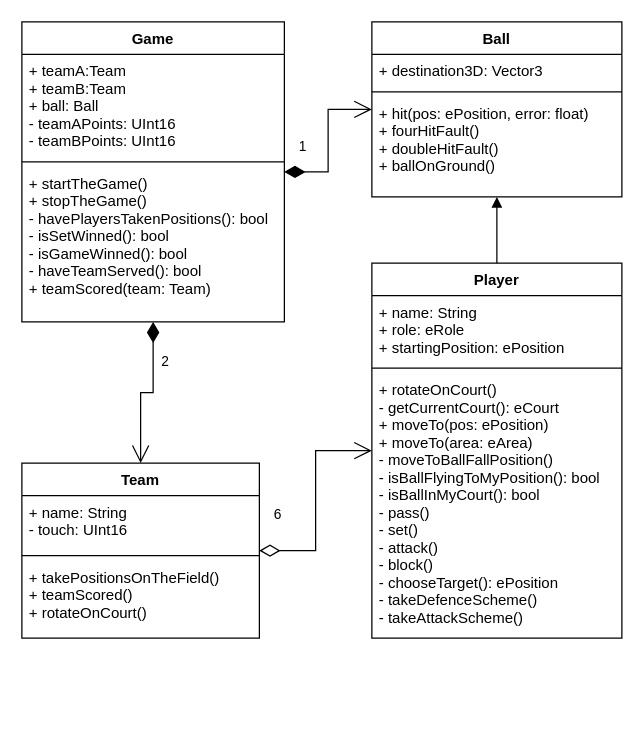
Earlier version of the draw.io diagram Project/Documentation/Diagrams/classes.drawio (mikymaione/Folie). Source tidied: cells renumbered, new cells numbered last; positions are measured from the earlier drawing's top-left corner, leaving out a move shared by most shapes. Both pictures are drawn from the tidied source at 125%, with x=0, y=0 at pixel (21, 21).
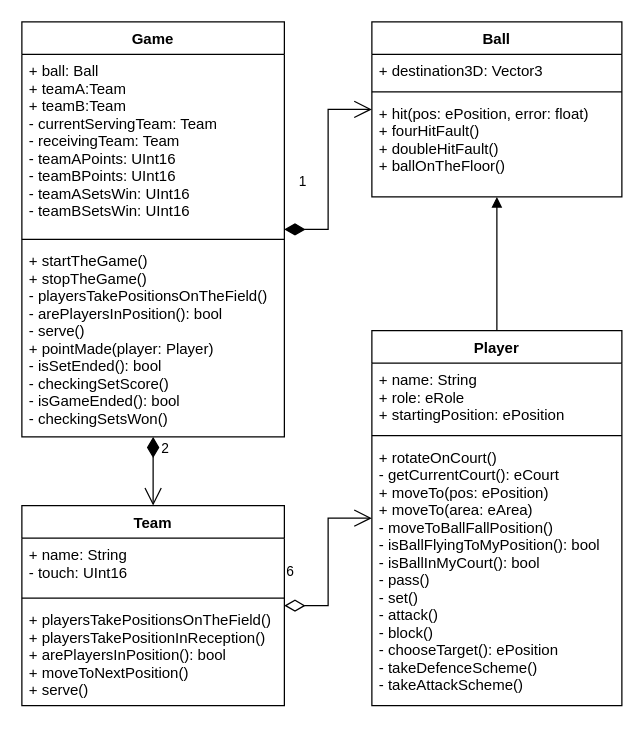
After the change.

Commit message (it also covers changes not shown here):
modifiche diagrammi

The change refers to these unchanged cells:
```xml
<mxCell id="14" value="Ball" style="swimlane;fontStyle=1;align=center;verticalAlign=top;horizontal=1;startSize=26;" parent="1" vertex="1">
  <mxGeometry x="280" width="200" height="140" as="geometry" />
</mxCell>
```

The edit, as a diff of the source:
```diff
@@
     <mxCell id="2" value="Game" style="swimlane;fontStyle=1;align=center;verticalAlign=top;horizontal=1;startSize=26;" parent="1" vertex="1">
-      <mxGeometry width="210" height="240" as="geometry" />
+      <mxGeometry width="210" height="332" as="geometry" />
     </mxCell>
-    <mxCell id="3" value="+ teamA:Team&#10;+ teamB:Team&#10;+ ball: Ball&#10;- teamAPoints: UInt16&#10;- teamBPoints: UInt16" style="text;strokeColor=none;fillColor=none;align=left;verticalAlign=top;spacingLeft=4;spacingRight=4;overflow=hidden;" parent="2" vertex="1">
-      <mxGeometry y="26" width="210" height="82" as="geometry" />
+    <mxCell id="3" value="+ ball: Ball&#10;+ teamA:Team&#10;+ teamB:Team&#10;- currentServingTeam: Team&#10;- receivingTeam: Team&#10;- teamAPoints: UInt16&#10;- teamBPoints: UInt16&#10;- teamASetsWin: UInt16&#10;- teamBSetsWin: UInt16" style="text;strokeColor=none;fillColor=none;align=left;verticalAlign=top;spacingLeft=4;spacingRight=4;overflow=hidden;" parent="2" vertex="1">
+      <mxGeometry y="26" width="210" height="144" as="geometry" />
     </mxCell>
     <mxCell id="4" style="line;strokeWidth=1;fillColor=none;align=left;verticalAlign=middle;spacingTop=-1;spacingLeft=3;spacingRight=3;labelPosition=right;" parent="2" vertex="1">
-      <mxGeometry y="108" width="210" height="8" as="geometry" />
+      <mxGeometry y="170" width="210" height="8" as="geometry" />
     </mxCell>
-    <mxCell id="5" value="+ startTheGame()&#10;+ stopTheGame()&#10;- havePlayersTakenPositions(): bool&#10;- isSetWinned(): bool&#10;- isGameWinned(): bool&#10;- haveTeamServed(): bool&#10;+ teamScored(team: Team)" style="text;strokeColor=none;fillColor=none;align=left;verticalAlign=top;spacingLeft=4;spacingRight=4;overflow=hidden;" parent="2" vertex="1">
-      <mxGeometry y="116" width="210" height="124" as="geometry" />
+    <mxCell id="5" value="+ startTheGame()&#10;+ stopTheGame()&#10;- playersTakePositionsOnTheField()&#10;- arePlayersInPosition(): bool&#10;- serve()&#10;+ pointMade(player: Player)&#10;- isSetEnded(): bool&#10;- checkingSetScore()&#10;- isGameEnded(): bool&#10;- checkingSetsWon()" style="text;strokeColor=none;fillColor=none;align=left;verticalAlign=top;spacingLeft=4;spacingRight=4;overflow=hidden;" parent="2" vertex="1">
+      <mxGeometry y="178" width="210" height="154" as="geometry" />
     </mxCell>
     <mxCell id="6" value="Team" style="swimlane;fontStyle=1;align=center;verticalAlign=top;horizontal=1;startSize=26;" parent="1" vertex="1">
-      <mxGeometry y="353" width="190" height="140" as="geometry" />
+      <mxGeometry y="387" width="210" height="160" as="geometry" />
     </mxCell>
     <mxCell id="7" value="+ name: String&#10;- touch: UInt16" style="text;strokeColor=none;fillColor=none;align=left;verticalAlign=top;spacingLeft=4;spacingRight=4;overflow=hidden;" parent="6" vertex="1">
-      <mxGeometry y="26" width="190" height="44" as="geometry" />
+      <mxGeometry y="26" width="210" height="44" as="geometry" />
     </mxCell>
     <mxCell id="8" style="line;strokeWidth=1;fillColor=none;align=left;verticalAlign=middle;spacingTop=-1;spacingLeft=3;spacingRight=3;labelPosition=right;" parent="6" vertex="1">
-      <mxGeometry y="70" width="190" height="8" as="geometry" />
+      <mxGeometry y="70" width="210" height="8" as="geometry" />
     </mxCell>
-    <mxCell id="9" value="+ takePositionsOnTheField()&#10;+ teamScored()&#10;+ rotateOnCourt()" style="text;strokeColor=none;fillColor=none;align=left;verticalAlign=top;spacingLeft=4;spacingRight=4;overflow=hidden;" parent="6" vertex="1">
-      <mxGeometry y="78" width="190" height="62" as="geometry" />
+    <mxCell id="9" value="+ playersTakePositionsOnTheField()&#10;+ playersTakePositionInReception()&#10;+ arePlayersInPosition(): bool&#10;+ moveToNextPosition()&#10;+ serve()" style="text;strokeColor=none;fillColor=none;align=left;verticalAlign=top;spacingLeft=4;spacingRight=4;overflow=hidden;" parent="6" vertex="1">
+      <mxGeometry y="78" width="210" height="82" as="geometry" />
     </mxCell>
     <mxCell id="10" value="Player" style="swimlane;fontStyle=1;align=center;verticalAlign=top;horizontal=1;startSize=26;" parent="1" vertex="1">
-      <mxGeometry x="280" y="193" width="200" height="300" as="geometry" />
+      <mxGeometry x="280" y="247" width="200" height="300" as="geometry" />
     </mxCell>
@@
-    <mxCell id="17" value="+ hit(pos: ePosition, error: float)&#10;+ fourHitFault()&#10;+ doubleHitFault()&#10;+ ballOnGround()" style="text;strokeColor=none;fillColor=none;align=left;verticalAlign=top;spacingLeft=4;spacingRight=4;overflow=hidden;" parent="14" vertex="1">
+    <mxCell id="17" value="+ hit(pos: ePosition, error: float)&#10;+ fourHitFault()&#10;+ doubleHitFault()&#10;+ ballOnTheFloor()" style="text;strokeColor=none;fillColor=none;align=left;verticalAlign=top;spacingLeft=4;spacingRight=4;overflow=hidden;" parent="14" vertex="1">
       <mxGeometry y="60" width="200" height="80" as="geometry" />
     </mxCell>
```
